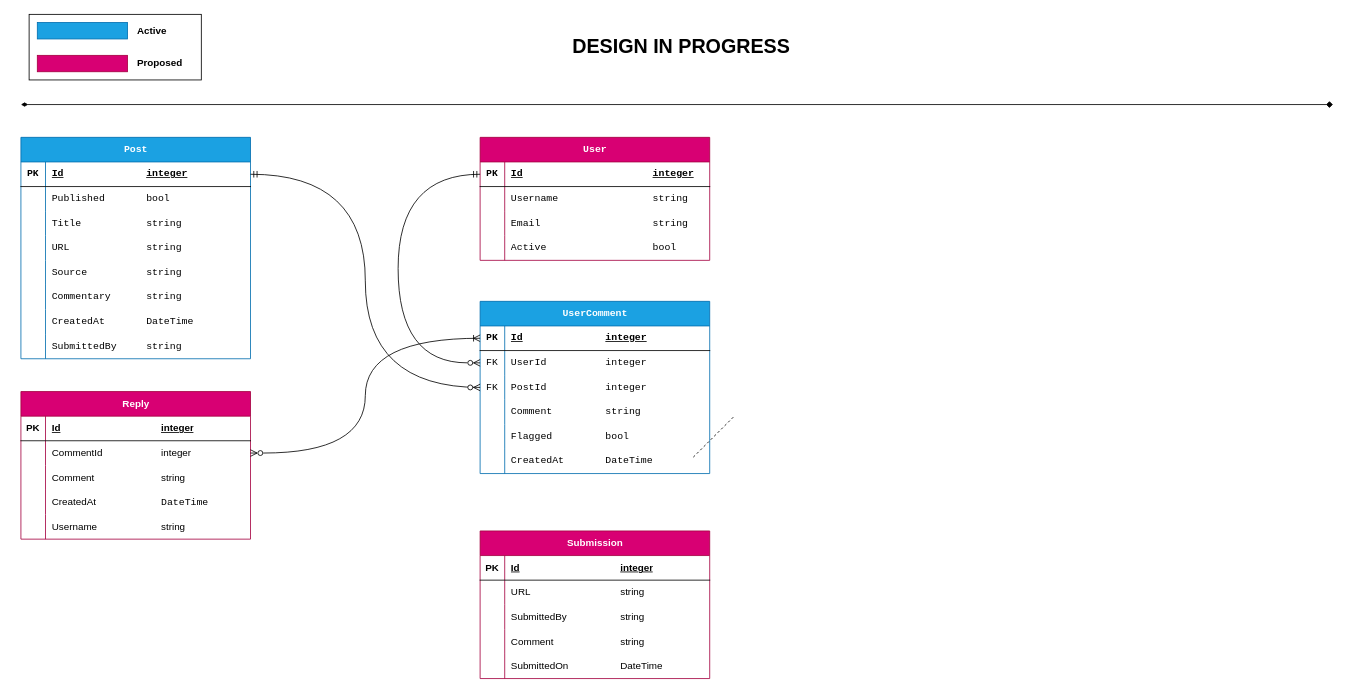
Before: entity_diagram.drawio in blackmathx/newsite, a draw.io diagram. Source tidied: cells renumbered, new cells numbered last; positions are measured from the earlier drawing's top-left corner, leaving out a move shared by most shapes. Both pictures are drawn from the tidied source at 82%, with x=0, y=0 at pixel (20, 14).
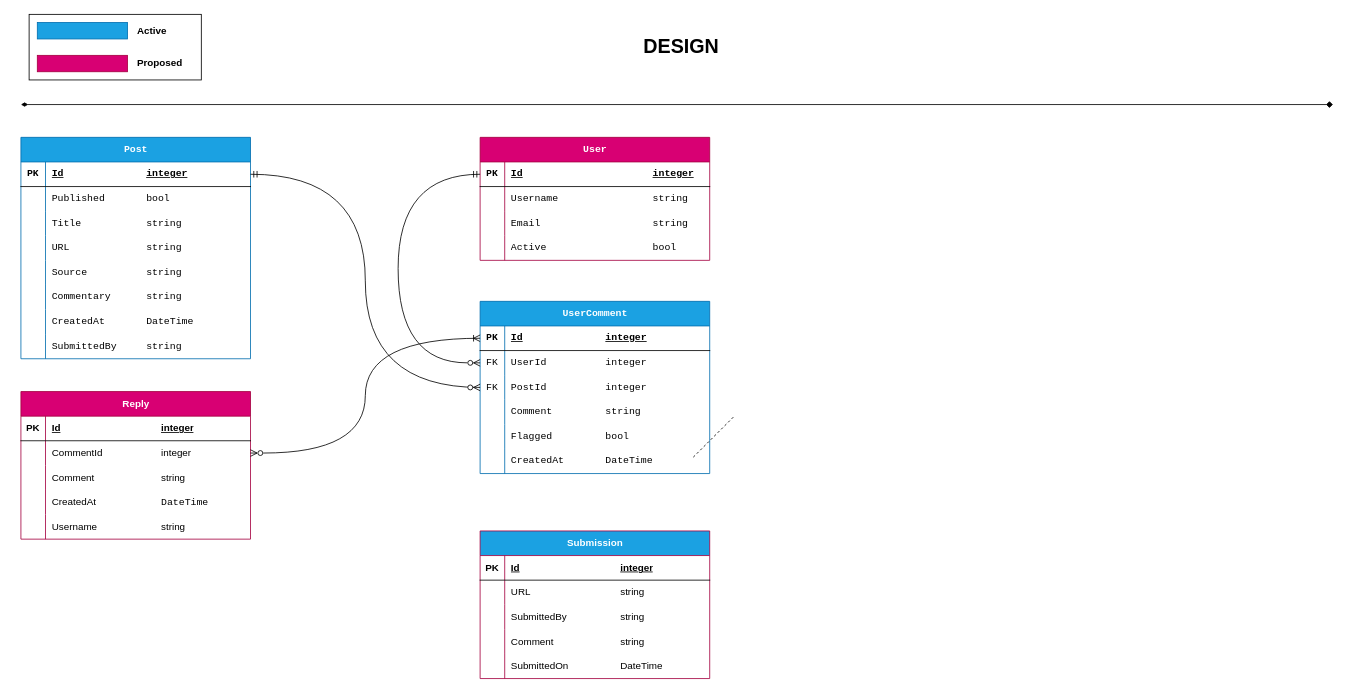
The same page after the edit.

What changed in the source:
```diff
@@
-    <mxCell id="83" value="DESIGN IN PROGRESS" style="text;html=1;align=center;verticalAlign=middle;strokeColor=none;fillColor=none;fontSize=24;fontStyle=1;" parent="1" vertex="1">
-      <mxGeometry x="660" y="20" width="290" height="40" as="geometry" />
+    <mxCell id="83" value="DESIGN" style="text;html=1;align=center;verticalAlign=middle;strokeColor=none;fillColor=none;fontSize=24;fontStyle=1;" parent="1" vertex="1">
+      <mxGeometry x="745" y="20" width="120" height="40" as="geometry" />
     </mxCell>
-    <mxCell id="84" value="Submission" style="shape=table;startSize=30;childLayout=tableLayout;rowLines=0;fontStyle=1;align=center;html=1;fillColor=#d80073;strokeColor=#A50040;fontColor=#ffffff;" parent="1" vertex="1">
+    <mxCell id="84" value="Submission" style="shape=table;startSize=30;childLayout=tableLayout;rowLines=0;fontStyle=1;align=center;html=1;fillColor=#1BA1E2;strokeColor=#A50040;fontColor=#ffffff;" parent="1" vertex="1">
       <mxGeometry x="560" y="630" width="280" height="180" as="geometry" />
     </mxCell>
```
